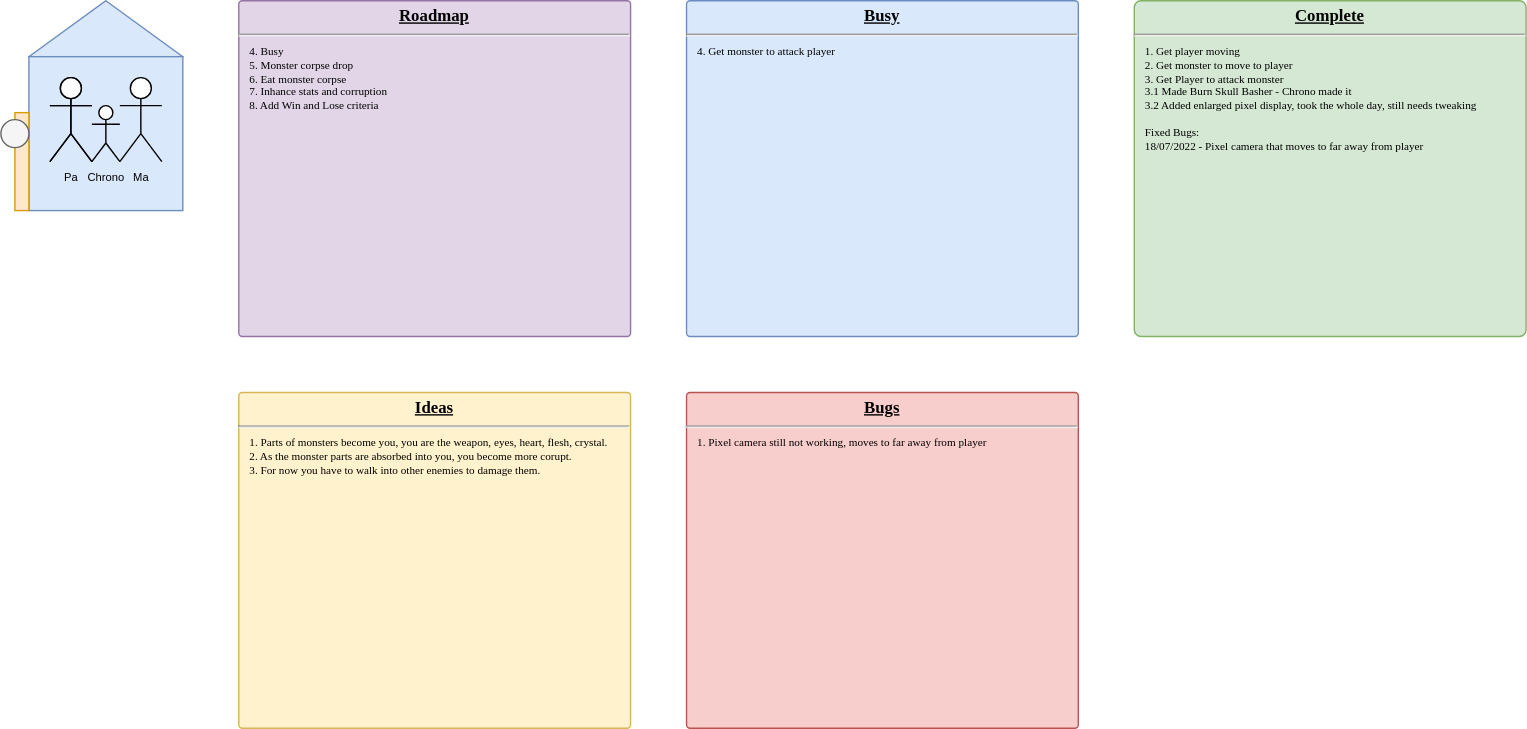
Before: Planning.svg, a diagram exported from draw.io (bitbear101/Insatiable). Source tidied: cells renumbered, new cells last; positions are measured from the earlier drawing's top-left corner, leaving out a move shared by most shapes.
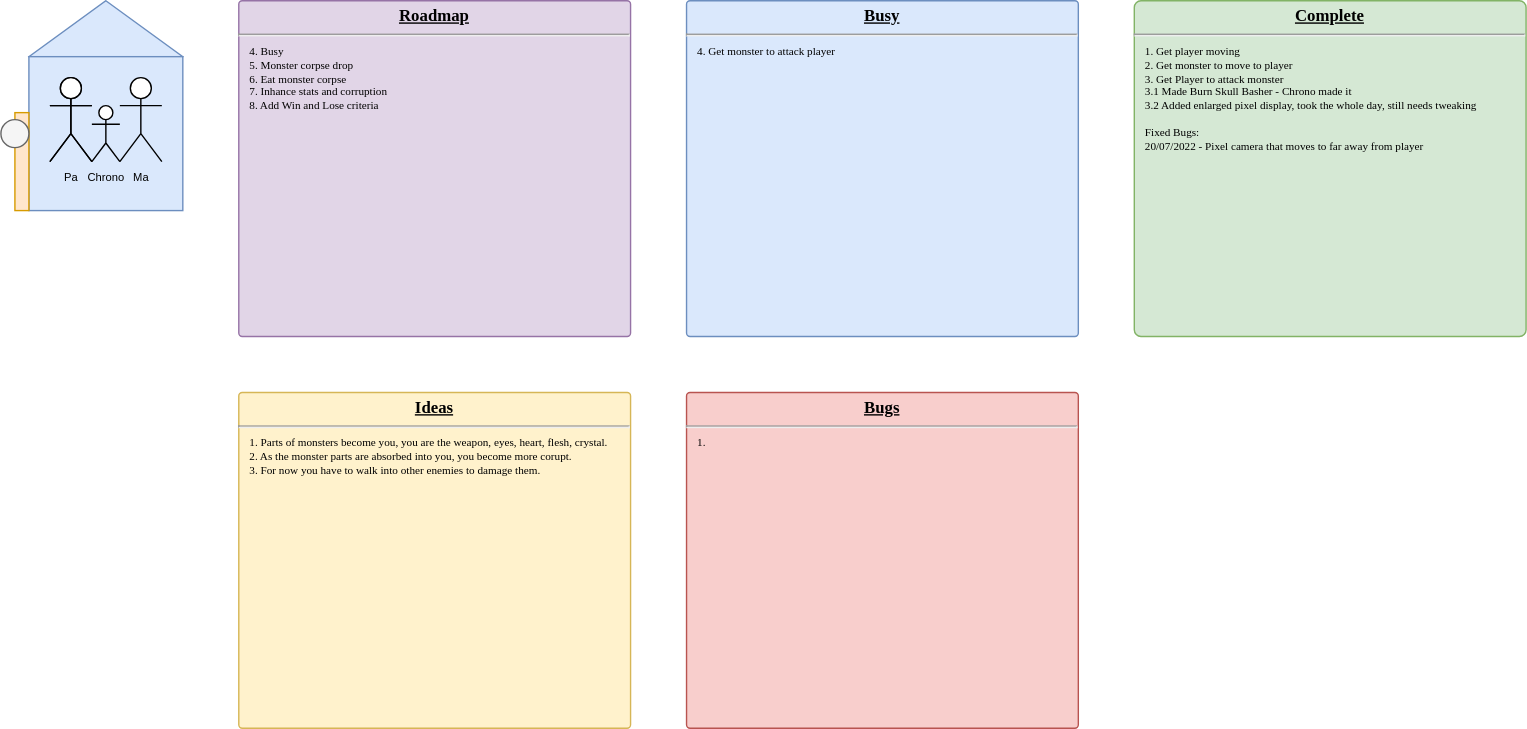
Above is the later version.

The edit, as a diff of the source:
```diff
@@ -8,7 +8,7 @@
     <mxCell id="3" style="whiteSpace=wrap;html=1;fontSize=8;fillColor=#dae8fc;strokeColor=#6c8ebf;" parent="1" vertex="1">
       <mxGeometry x="20" y="40" width="110" height="110" as="geometry" />
     </mxCell>
-    <mxCell id="4" value="&lt;p style=&quot;margin: 0px ; margin-top: 4px ; text-align: center ; text-decoration: underline&quot;&gt;&lt;b&gt;Complete&lt;/b&gt;&lt;/p&gt;&lt;hr&gt;&lt;p style=&quot;margin: 0px 0px 0px 8px ; font-size: 8px&quot;&gt;1. Get player moving&lt;/p&gt;&lt;p style=&quot;margin: 0px 0px 0px 8px ; font-size: 8px&quot;&gt;2. Get monster to move to player&lt;/p&gt;&lt;p style=&quot;margin: 0px 0px 0px 8px ; font-size: 8px&quot;&gt;3. Get Player to attack monster&lt;/p&gt;&lt;p style=&quot;margin: 0px 0px 0px 8px ; font-size: 8px&quot;&gt;3.1 Made Burn Skull Basher - Chrono made it&lt;/p&gt;&lt;p style=&quot;margin: 0px 0px 0px 8px ; font-size: 8px&quot;&gt;3.2 Added enlarged pixel display, took the whole day, still needs tweaking&lt;/p&gt;&lt;p style=&quot;margin: 0px 0px 0px 8px ; font-size: 8px&quot;&gt;&lt;br&gt;&lt;/p&gt;&lt;p style=&quot;margin: 0px 0px 0px 8px ; font-size: 8px&quot;&gt;Fixed Bugs:&lt;/p&gt;&lt;p style=&quot;margin: 0px 0px 0px 8px ; font-size: 8px&quot;&gt;18/07/2022 - Pixel camera that moves to far away from player&lt;/p&gt;" style="verticalAlign=top;align=left;overflow=fill;fontSize=12;fontFamily=JetBrains Mono;html=1;strokeColor=#82b366;shadow=0;fillColor=#d5e8d4;fontSource=https%3A%2F%2Ffonts.googleapis.com%2Fcss%3Ffamily%3DJetBrains%2BMono;whiteSpace=wrap;glass=0;rounded=1;arcSize=2;imageHeight=24;" parent="1" vertex="1">
+    <mxCell id="4" value="&lt;p style=&quot;margin: 0px ; margin-top: 4px ; text-align: center ; text-decoration: underline&quot;&gt;&lt;b&gt;Complete&lt;/b&gt;&lt;/p&gt;&lt;hr&gt;&lt;p style=&quot;margin: 0px 0px 0px 8px ; font-size: 8px&quot;&gt;1. Get player moving&lt;/p&gt;&lt;p style=&quot;margin: 0px 0px 0px 8px ; font-size: 8px&quot;&gt;2. Get monster to move to player&lt;/p&gt;&lt;p style=&quot;margin: 0px 0px 0px 8px ; font-size: 8px&quot;&gt;3. Get Player to attack monster&lt;/p&gt;&lt;p style=&quot;margin: 0px 0px 0px 8px ; font-size: 8px&quot;&gt;3.1 Made Burn Skull Basher - Chrono made it&lt;/p&gt;&lt;p style=&quot;margin: 0px 0px 0px 8px ; font-size: 8px&quot;&gt;3.2 Added enlarged pixel display, took the whole day, still needs tweaking&lt;/p&gt;&lt;p style=&quot;margin: 0px 0px 0px 8px ; font-size: 8px&quot;&gt;&lt;br&gt;&lt;/p&gt;&lt;p style=&quot;margin: 0px 0px 0px 8px ; font-size: 8px&quot;&gt;Fixed Bugs:&lt;/p&gt;&lt;p style=&quot;margin: 0px 0px 0px 8px ; font-size: 8px&quot;&gt;20/07/2022 - Pixel camera that moves to far away from player&lt;/p&gt;" style="verticalAlign=top;align=left;overflow=fill;fontSize=12;fontFamily=JetBrains Mono;html=1;strokeColor=#82b366;shadow=0;fillColor=#d5e8d4;fontSource=https%3A%2F%2Ffonts.googleapis.com%2Fcss%3Ffamily%3DJetBrains%2BMono;whiteSpace=wrap;glass=0;rounded=1;arcSize=2;imageHeight=24;" parent="1" vertex="1">
       <mxGeometry x="810" width="280" height="240" as="geometry" />
     </mxCell>
     <mxCell id="5" value="&lt;p style=&quot;margin: 0px ; margin-top: 4px ; text-align: center ; text-decoration: underline&quot;&gt;&lt;b&gt;Ideas&lt;/b&gt;&lt;/p&gt;&lt;hr&gt;&lt;p style=&quot;margin: 0px 0px 0px 8px ; font-size: 8px&quot;&gt;1. Parts of monsters become you, you are the weapon, eyes,&lt;span&gt;&amp;nbsp;heart, flesh, crystal.&lt;/span&gt;&lt;/p&gt;&lt;p style=&quot;margin: 0px 0px 0px 8px ; font-size: 8px&quot;&gt;&lt;span&gt;2. As the monster parts are absorbed into you, you become more corupt.&lt;/span&gt;&lt;/p&gt;&lt;p style=&quot;margin: 0px 0px 0px 8px ; font-size: 8px&quot;&gt;&lt;span&gt;3. For now you have to walk into other enemies to damage them.&lt;/span&gt;&lt;/p&gt;&lt;p style=&quot;margin: 0px 0px 0px 8px ; font-size: 8px&quot;&gt;&lt;span&gt;&lt;br&gt;&lt;/span&gt;&lt;/p&gt;&lt;p style=&quot;margin: 0px 0px 0px 8px ; font-size: 8px&quot;&gt;&lt;span&gt;&lt;br&gt;&lt;/span&gt;&lt;/p&gt;" style="verticalAlign=top;align=left;overflow=fill;fontSize=12;fontFamily=JetBrains Mono;html=1;strokeColor=#d6b656;shadow=0;fillColor=#fff2cc;fontSource=https%3A%2F%2Ffonts.googleapis.com%2Fcss%3Ffamily%3DJetBrains%2BMono;whiteSpace=wrap;rounded=1;arcSize=5;absoluteArcSize=1;" parent="1" vertex="1">
@@ -32,7 +32,7 @@
     <mxCell id="11" style="ellipse;whiteSpace=wrap;html=1;fontSize=8;fillColor=#f5f5f5;strokeColor=#666666;fontColor=#333333;" parent="1" vertex="1">
       <mxGeometry y="85" width="20" height="20" as="geometry" />
     </mxCell>
-    <mxCell id="12" value="&lt;p style=&quot;margin: 4px 0px 0px; text-decoration: underline;&quot;&gt;&lt;b&gt;Bugs&lt;/b&gt;&lt;/p&gt;&lt;hr&gt;&lt;p style=&quot;text-align: left; margin: 0px 0px 0px 8px; font-size: 8px;&quot;&gt;1. Pixel camera still not working, moves to far away from player&lt;/p&gt;" style="verticalAlign=top;align=center;overflow=fill;fontSize=12;fontFamily=JetBrains Mono;html=1;strokeColor=#b85450;shadow=0;fillColor=#f8cecc;fontSource=https%3A%2F%2Ffonts.googleapis.com%2Fcss%3Ffamily%3DJetBrains%2BMono;whiteSpace=wrap;glass=0;rounded=1;arcSize=5;imageHeight=24;absoluteArcSize=1;" parent="1" vertex="1">
+    <mxCell id="12" value="&lt;p style=&quot;margin: 4px 0px 0px; text-decoration: underline;&quot;&gt;&lt;b&gt;Bugs&lt;/b&gt;&lt;/p&gt;&lt;hr&gt;&lt;p style=&quot;text-align: left; margin: 0px 0px 0px 8px; font-size: 8px;&quot;&gt;1.&amp;nbsp;&lt;/p&gt;" style="verticalAlign=top;align=center;overflow=fill;fontSize=12;fontFamily=JetBrains Mono;html=1;strokeColor=#b85450;shadow=0;fillColor=#f8cecc;fontSource=https%3A%2F%2Ffonts.googleapis.com%2Fcss%3Ffamily%3DJetBrains%2BMono;whiteSpace=wrap;glass=0;rounded=1;arcSize=5;imageHeight=24;absoluteArcSize=1;" parent="1" vertex="1">
       <mxGeometry x="490" y="280" width="280" height="240" as="geometry" />
     </mxCell>
     <mxCell id="13" value="&lt;p style=&quot;margin: 0px ; margin-top: 4px ; text-align: center ; text-decoration: underline&quot;&gt;&lt;b&gt;Busy&lt;/b&gt;&lt;/p&gt;&lt;hr&gt;&lt;p style=&quot;margin: 0px 0px 0px 8px ; font-size: 8px&quot;&gt;4. Get monster to attack player&lt;/p&gt;" style="verticalAlign=top;align=left;overflow=fill;fontSize=12;fontFamily=JetBrains Mono;html=1;strokeColor=#6c8ebf;shadow=0;fillColor=#dae8fc;fontSource=https%3A%2F%2Ffonts.googleapis.com%2Fcss%3Ffamily%3DJetBrains%2BMono;whiteSpace=wrap;glass=0;rounded=1;arcSize=5;imageHeight=24;absoluteArcSize=1;" parent="1" vertex="1">
```
